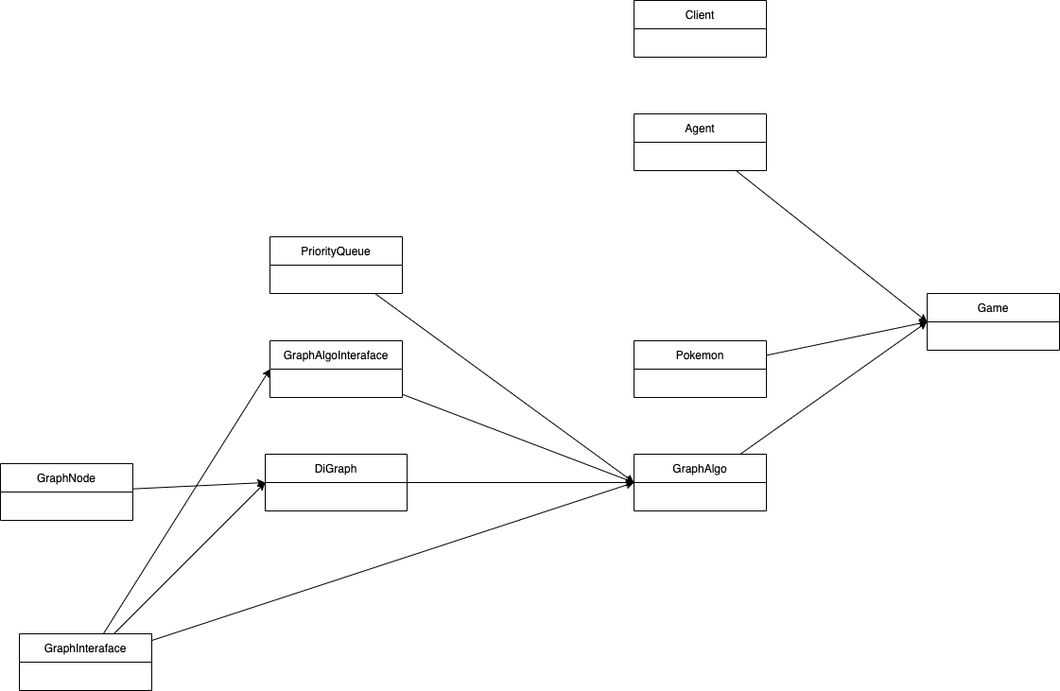
Earlier version of the draw.io export uml.png (eelior/oop-ex4). Source tidied: cells renumbered, new cells last; positions are measured from the earlier drawing's top-left corner, leaving out a move shared by most shapes. Its diagram source:
```xml
<mxGraphModel>
  <root>
    <mxCell id="0" />
    <mxCell id="1" parent="0" />
    <mxCell id="2" value="Client" style="swimlane;fontStyle=0;horizontal=1;startSize=30;" parent="1" vertex="1">
      <mxGeometry x="670" width="140" height="60" as="geometry" />
    </mxCell>
    <mxCell id="3" style="edgeStyle=none;html=1;entryX=0;entryY=0.5;entryDx=0;entryDy=0;" parent="1" edge="1" source="4" target="5">
      <mxGeometry relative="1" as="geometry" />
    </mxCell>
    <mxCell id="4" value="Agent" style="swimlane;fontStyle=0;horizontal=1;startSize=30;" parent="1" vertex="1">
      <mxGeometry x="670" y="120" width="140" height="60" as="geometry" />
    </mxCell>
    <mxCell id="5" value="Game" style="swimlane;fontStyle=0;horizontal=1;startSize=30;" parent="1" vertex="1">
      <mxGeometry x="980" y="310" width="140" height="60" as="geometry" />
    </mxCell>
    <mxCell id="6" style="edgeStyle=none;html=1;" parent="1" edge="1" source="7">
      <mxGeometry relative="1" as="geometry">
        <mxPoint x="980" y="340" as="targetPoint" />
      </mxGeometry>
    </mxCell>
    <mxCell id="7" value="Pokemon" style="swimlane;fontStyle=0;horizontal=1;startSize=30;" parent="1" vertex="1">
      <mxGeometry x="670" y="360" width="140" height="60" as="geometry" />
    </mxCell>
    <mxCell id="8" style="edgeStyle=none;html=1;entryX=0;entryY=0.5;entryDx=0;entryDy=0;" parent="1" edge="1" source="9" target="5">
      <mxGeometry relative="1" as="geometry" />
    </mxCell>
    <mxCell id="9" value="GraphAlgo" style="swimlane;fontStyle=0;horizontal=1;startSize=30;" parent="1" vertex="1">
      <mxGeometry x="670" y="480" width="140" height="60" as="geometry" />
    </mxCell>
    <mxCell id="10" style="edgeStyle=none;html=1;entryX=0;entryY=0.5;entryDx=0;entryDy=0;" parent="1" edge="1" source="11" target="9">
      <mxGeometry relative="1" as="geometry" />
    </mxCell>
    <mxCell id="11" value="DiGraph" style="swimlane;fontStyle=0;horizontal=1;startSize=30;" parent="1" vertex="1">
      <mxGeometry x="280" y="480" width="150" height="60" as="geometry" />
    </mxCell>
    <mxCell id="12" style="edgeStyle=none;html=1;" parent="1" edge="1" source="13">
      <mxGeometry relative="1" as="geometry">
        <mxPoint x="280" y="510" as="targetPoint" />
      </mxGeometry>
    </mxCell>
    <mxCell id="13" value="GraphNode" style="swimlane;fontStyle=0;horizontal=1;startSize=30;" parent="1" vertex="1">
      <mxGeometry y="490" width="140" height="60" as="geometry" />
    </mxCell>
    <mxCell id="14" style="edgeStyle=none;html=1;entryX=0;entryY=0.5;entryDx=0;entryDy=0;" parent="1" edge="1" source="17" target="9">
      <mxGeometry relative="1" as="geometry" />
    </mxCell>
    <mxCell id="15" style="edgeStyle=none;html=1;entryX=0;entryY=0.5;entryDx=0;entryDy=0;" parent="1" edge="1" source="17" target="11">
      <mxGeometry relative="1" as="geometry" />
    </mxCell>
    <mxCell id="16" style="edgeStyle=none;html=1;entryX=0;entryY=0.5;entryDx=0;entryDy=0;" parent="1" edge="1" source="17" target="19">
      <mxGeometry relative="1" as="geometry" />
    </mxCell>
    <mxCell id="17" value="GraphInteraface" style="swimlane;fontStyle=0;horizontal=1;startSize=30;" parent="1" vertex="1">
      <mxGeometry x="20" y="670" width="140" height="60" as="geometry" />
    </mxCell>
    <mxCell id="18" style="edgeStyle=none;html=1;entryX=0;entryY=0.5;entryDx=0;entryDy=0;" parent="1" edge="1" source="19" target="9">
      <mxGeometry relative="1" as="geometry" />
    </mxCell>
    <mxCell id="19" value="GraphAlgoInteraface" style="swimlane;fontStyle=0;horizontal=1;startSize=30;" parent="1" vertex="1">
      <mxGeometry x="285" y="360" width="140" height="60" as="geometry" />
    </mxCell>
    <mxCell id="20" style="edgeStyle=none;html=1;entryX=0;entryY=0.5;entryDx=0;entryDy=0;" parent="1" edge="1" source="21" target="9">
      <mxGeometry relative="1" as="geometry" />
    </mxCell>
    <mxCell id="21" value="PriorityQueue" style="swimlane;fontStyle=0;horizontal=1;startSize=30;" parent="1" vertex="1">
      <mxGeometry x="285" y="250" width="140" height="60" as="geometry" />
    </mxCell>
  </root>
</mxGraphModel>
```
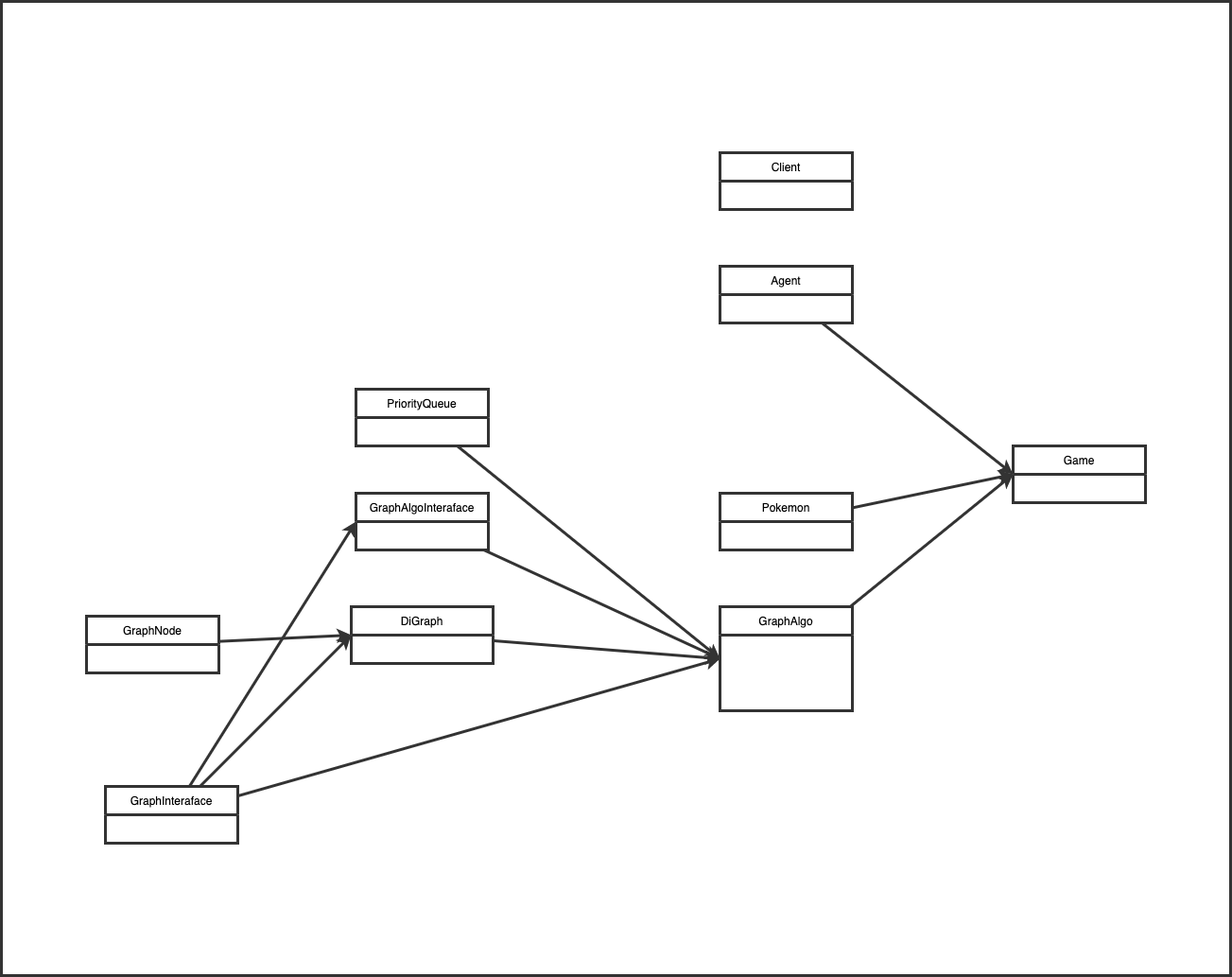
After the change.

Diff of the diagram source:
```diff
@@ -2,68 +2,71 @@
   <root>
     <mxCell id="0" />
     <mxCell id="1" parent="0" />
+    <mxCell id="22" style="rounded=0;whiteSpace=wrap;html=1;strokeColor=#333333;strokeWidth=3;fillColor=#FFFFFF;" parent="1" vertex="1">
+      <mxGeometry x="-90" y="-160" width="1300" height="1030" as="geometry" />
+    </mxCell>
-    <mxCell id="2" value="Client" style="swimlane;fontStyle=0;horizontal=1;startSize=30;" parent="1" vertex="1">
+    <mxCell id="2" value="Client" style="swimlane;fontStyle=0;horizontal=1;startSize=30;strokeWidth=3;strokeColor=#333333;" parent="1" vertex="1">
       <mxGeometry x="670" width="140" height="60" as="geometry" />
     </mxCell>
-    <mxCell id="3" style="edgeStyle=none;html=1;entryX=0;entryY=0.5;entryDx=0;entryDy=0;" parent="1" edge="1" source="4" target="5">
+    <mxCell id="3" style="edgeStyle=none;html=1;entryX=0;entryY=0.5;entryDx=0;entryDy=0;strokeWidth=3;strokeColor=#333333;" parent="1" edge="1" source="4" target="5">
       <mxGeometry relative="1" as="geometry" />
     </mxCell>
-    <mxCell id="4" value="Agent" style="swimlane;fontStyle=0;horizontal=1;startSize=30;" parent="1" vertex="1">
+    <mxCell id="4" value="Agent" style="swimlane;fontStyle=0;horizontal=1;startSize=30;strokeWidth=3;strokeColor=#333333;" parent="1" vertex="1">
       <mxGeometry x="670" y="120" width="140" height="60" as="geometry" />
     </mxCell>
-    <mxCell id="5" value="Game" style="swimlane;fontStyle=0;horizontal=1;startSize=30;" parent="1" vertex="1">
+    <mxCell id="5" value="Game" style="swimlane;fontStyle=0;horizontal=1;startSize=30;strokeWidth=3;strokeColor=#333333;" parent="1" vertex="1">
       <mxGeometry x="980" y="310" width="140" height="60" as="geometry" />
     </mxCell>
-    <mxCell id="6" style="edgeStyle=none;html=1;" parent="1" edge="1" source="7">
+    <mxCell id="6" style="edgeStyle=none;html=1;strokeWidth=3;strokeColor=#333333;" parent="1" edge="1" source="7">
       <mxGeometry relative="1" as="geometry">
         <mxPoint x="980" y="340" as="targetPoint" />
       </mxGeometry>
     </mxCell>
-    <mxCell id="7" value="Pokemon" style="swimlane;fontStyle=0;horizontal=1;startSize=30;" parent="1" vertex="1">
+    <mxCell id="7" value="Pokemon" style="swimlane;fontStyle=0;horizontal=1;startSize=30;strokeWidth=3;strokeColor=#333333;" parent="1" vertex="1">
       <mxGeometry x="670" y="360" width="140" height="60" as="geometry" />
     </mxCell>
-    <mxCell id="8" style="edgeStyle=none;html=1;entryX=0;entryY=0.5;entryDx=0;entryDy=0;" parent="1" edge="1" source="9" target="5">
+    <mxCell id="8" style="edgeStyle=none;html=1;entryX=0;entryY=0.5;entryDx=0;entryDy=0;strokeWidth=3;strokeColor=#333333;" parent="1" edge="1" source="9" target="5">
       <mxGeometry relative="1" as="geometry" />
     </mxCell>
-    <mxCell id="9" value="GraphAlgo" style="swimlane;fontStyle=0;horizontal=1;startSize=30;" parent="1" vertex="1">
-      <mxGeometry x="670" y="480" width="140" height="60" as="geometry" />
+    <mxCell id="9" value="GraphAlgo" style="swimlane;fontStyle=0;horizontal=1;startSize=30;strokeWidth=3;strokeColor=#333333;" parent="1" vertex="1">
+      <mxGeometry x="670" y="480" width="140" height="110" as="geometry" />
     </mxCell>
-    <mxCell id="10" style="edgeStyle=none;html=1;entryX=0;entryY=0.5;entryDx=0;entryDy=0;" parent="1" edge="1" source="11" target="9">
+    <mxCell id="10" style="edgeStyle=none;html=1;entryX=0;entryY=0.5;entryDx=0;entryDy=0;strokeWidth=3;strokeColor=#333333;" parent="1" edge="1" source="11" target="9">
       <mxGeometry relative="1" as="geometry" />
     </mxCell>
-    <mxCell id="11" value="DiGraph" style="swimlane;fontStyle=0;horizontal=1;startSize=30;" parent="1" vertex="1">
+    <mxCell id="11" value="DiGraph" style="swimlane;fontStyle=0;horizontal=1;startSize=30;strokeWidth=3;strokeColor=#333333;" parent="1" vertex="1">
       <mxGeometry x="280" y="480" width="150" height="60" as="geometry" />
     </mxCell>
-    <mxCell id="12" style="edgeStyle=none;html=1;" parent="1" edge="1" source="13">
+    <mxCell id="12" style="edgeStyle=none;html=1;strokeWidth=3;strokeColor=#333333;" parent="1" edge="1" source="13">
       <mxGeometry relative="1" as="geometry">
         <mxPoint x="280" y="510" as="targetPoint" />
       </mxGeometry>
     </mxCell>
-    <mxCell id="13" value="GraphNode" style="swimlane;fontStyle=0;horizontal=1;startSize=30;" parent="1" vertex="1">
+    <mxCell id="13" value="GraphNode" style="swimlane;fontStyle=0;horizontal=1;startSize=30;strokeWidth=3;strokeColor=#333333;" parent="1" vertex="1">
       <mxGeometry y="490" width="140" height="60" as="geometry" />
     </mxCell>
-    <mxCell id="14" style="edgeStyle=none;html=1;entryX=0;entryY=0.5;entryDx=0;entryDy=0;" parent="1" edge="1" source="17" target="9">
+    <mxCell id="14" style="edgeStyle=none;html=1;entryX=0;entryY=0.5;entryDx=0;entryDy=0;strokeWidth=3;strokeColor=#333333;" parent="1" edge="1" source="17" target="9">
       <mxGeometry relative="1" as="geometry" />
     </mxCell>
-    <mxCell id="15" style="edgeStyle=none;html=1;entryX=0;entryY=0.5;entryDx=0;entryDy=0;" parent="1" edge="1" source="17" target="11">
+    <mxCell id="15" style="edgeStyle=none;html=1;entryX=0;entryY=0.5;entryDx=0;entryDy=0;strokeWidth=3;strokeColor=#333333;" parent="1" edge="1" source="17" target="11">
       <mxGeometry relative="1" as="geometry" />
     </mxCell>
-    <mxCell id="16" style="edgeStyle=none;html=1;entryX=0;entryY=0.5;entryDx=0;entryDy=0;" parent="1" edge="1" source="17" target="19">
+    <mxCell id="16" style="edgeStyle=none;html=1;entryX=0;entryY=0.5;entryDx=0;entryDy=0;strokeWidth=3;strokeColor=#333333;" parent="1" edge="1" source="17" target="19">
       <mxGeometry relative="1" as="geometry" />
     </mxCell>
-    <mxCell id="17" value="GraphInteraface" style="swimlane;fontStyle=0;horizontal=1;startSize=30;" parent="1" vertex="1">
+    <mxCell id="17" value="GraphInteraface" style="swimlane;fontStyle=0;horizontal=1;startSize=30;strokeWidth=3;strokeColor=#333333;" parent="1" vertex="1">
       <mxGeometry x="20" y="670" width="140" height="60" as="geometry" />
     </mxCell>
-    <mxCell id="18" style="edgeStyle=none;html=1;entryX=0;entryY=0.5;entryDx=0;entryDy=0;" parent="1" edge="1" source="19" target="9">
+    <mxCell id="18" style="edgeStyle=none;html=1;entryX=0;entryY=0.5;entryDx=0;entryDy=0;strokeWidth=3;strokeColor=#333333;" parent="1" edge="1" source="19" target="9">
       <mxGeometry relative="1" as="geometry" />
     </mxCell>
-    <mxCell id="19" value="GraphAlgoInteraface" style="swimlane;fontStyle=0;horizontal=1;startSize=30;" parent="1" vertex="1">
+    <mxCell id="19" value="GraphAlgoInteraface" style="swimlane;fontStyle=0;horizontal=1;startSize=30;strokeWidth=3;strokeColor=#333333;" parent="1" vertex="1">
       <mxGeometry x="285" y="360" width="140" height="60" as="geometry" />
     </mxCell>
-    <mxCell id="20" style="edgeStyle=none;html=1;entryX=0;entryY=0.5;entryDx=0;entryDy=0;" parent="1" edge="1" source="21" target="9">
+    <mxCell id="20" style="edgeStyle=none;html=1;entryX=0;entryY=0.5;entryDx=0;entryDy=0;strokeWidth=3;strokeColor=#333333;" parent="1" edge="1" source="21" target="9">
       <mxGeometry relative="1" as="geometry" />
     </mxCell>
-    <mxCell id="21" value="PriorityQueue" style="swimlane;fontStyle=0;horizontal=1;startSize=30;" parent="1" vertex="1">
+    <mxCell id="21" value="PriorityQueue" style="swimlane;fontStyle=0;horizontal=1;startSize=30;strokeWidth=3;strokeColor=#333333;" parent="1" vertex="1">
       <mxGeometry x="285" y="250" width="140" height="60" as="geometry" />
     </mxCell>
   </root>
```
